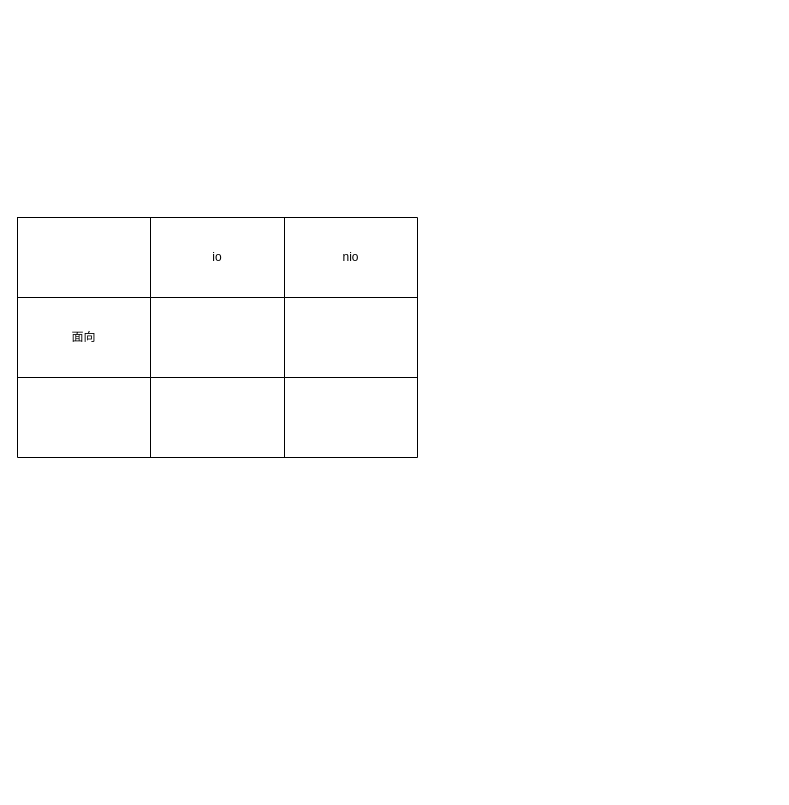
valuetodays/drawio-files keeps this draw.io diagram as java-io-nio.drawio. Above is the earlier version. Source tidied: cells renumbered, new cells numbered last; positions are measured from the earlier drawing's top-left corner, leaving out a move shared by most shapes. Both pictures are drawn from the tidied source at 100%, with x=0, y=0 at pixel (17, 217).
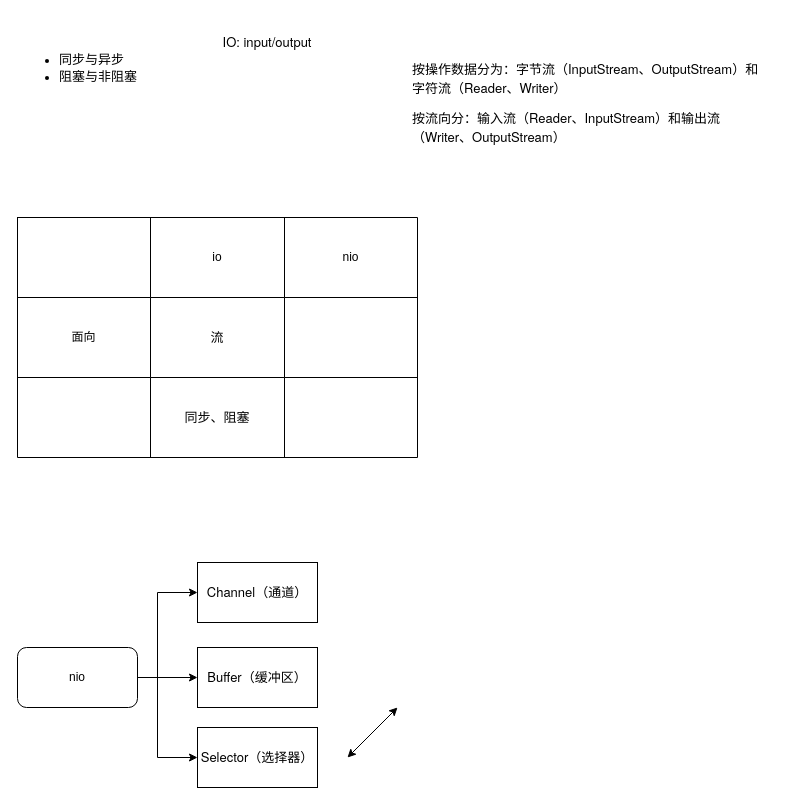
The same diagram, later.

Unchanged cells that the change refers to:
```xml
<mxCell id="7" style="shape=tableRow;horizontal=0;startSize=0;swimlaneHead=0;swimlaneBody=0;top=0;left=0;bottom=0;right=0;fillColor=none;" parent="2" vertex="1">
  <mxGeometry y="80" width="400" height="80" as="geometry" />
</mxCell>
<mxCell id="11" style="shape=tableRow;horizontal=0;startSize=0;swimlaneHead=0;swimlaneBody=0;top=0;left=0;bottom=0;right=0;fillColor=none;" parent="2" vertex="1">
  <mxGeometry y="160" width="400" height="80" as="geometry" />
</mxCell>
```

The edit, as a diff of the source:
```diff
@@
-    <mxCell id="9" style="shape=partialRectangle;html=1;whiteSpace=wrap;fillColor=none;top=0;left=0;bottom=0;right=0;overflow=hidden;" parent="7" vertex="1">
+    <mxCell id="9" value="&lt;span style=&quot;font-family: &amp;quot;PingFang SC&amp;quot;, &amp;quot;Microsoft YaHei&amp;quot;, &amp;quot;Helvetica Neue&amp;quot;, Helvetica, Arial, sans-serif; font-size: 13px; text-align: left; background-color: rgb(255, 255, 255);&quot;&gt;流&lt;/span&gt;" style="shape=partialRectangle;html=1;whiteSpace=wrap;fillColor=none;top=0;left=0;bottom=0;right=0;overflow=hidden;" parent="7" vertex="1">
       <mxGeometry x="133" width="134" height="80" as="geometry" />
     </mxCell>
@@
-    <mxCell id="13" style="shape=partialRectangle;html=1;whiteSpace=wrap;fillColor=none;top=0;left=0;bottom=0;right=0;overflow=hidden;" parent="11" vertex="1">
+    <mxCell id="13" value="&lt;span style=&quot;font-family: &amp;quot;PingFang SC&amp;quot;, &amp;quot;Microsoft YaHei&amp;quot;, &amp;quot;Helvetica Neue&amp;quot;, Helvetica, Arial, sans-serif; font-size: 13px; text-align: left; background-color: rgb(255, 255, 255);&quot;&gt;同步、阻塞&lt;/span&gt;" style="shape=partialRectangle;html=1;whiteSpace=wrap;fillColor=none;top=0;left=0;bottom=0;right=0;overflow=hidden;" parent="11" vertex="1">
       <mxGeometry x="133" width="134" height="80" as="geometry" />
     </mxCell>
@@
+    <mxCell id="15" value="&lt;ul&gt;&lt;li&gt;&lt;span style=&quot;font-family: &amp;quot;PingFang SC&amp;quot;, &amp;quot;Microsoft YaHei&amp;quot;, &amp;quot;Helvetica Neue&amp;quot;, Helvetica, Arial, sans-serif; font-size: 13px; background-color: rgb(255, 255, 255);&quot;&gt;同步与异步&lt;/span&gt;&lt;br&gt;&lt;/li&gt;&lt;li&gt;&lt;span style=&quot;font-family: &amp;quot;PingFang SC&amp;quot;, &amp;quot;Microsoft YaHei&amp;quot;, &amp;quot;Helvetica Neue&amp;quot;, Helvetica, Arial, sans-serif; font-size: 13px; background-color: rgb(255, 255, 255);&quot;&gt;阻塞与非阻塞&lt;br&gt;&lt;/span&gt;&lt;/li&gt;&lt;/ul&gt;" style="text;strokeColor=none;fillColor=none;html=1;whiteSpace=wrap;verticalAlign=middle;overflow=hidden;" parent="1" vertex="1">
+      <mxGeometry y="-190" width="130" height="80" as="geometry" />
+    </mxCell>
+    <mxCell id="16" value="&lt;span style=&quot;font-family: &amp;quot;PingFang SC&amp;quot;, &amp;quot;Microsoft YaHei&amp;quot;, &amp;quot;Helvetica Neue&amp;quot;, Helvetica, Arial, sans-serif; font-size: 13px; text-align: left; background-color: rgb(255, 255, 255);&quot;&gt;IO: input/output&lt;/span&gt;" style="text;html=1;strokeColor=none;fillColor=none;align=center;verticalAlign=middle;whiteSpace=wrap;rounded=0;" parent="1" vertex="1">
+      <mxGeometry x="180" y="-190" width="140" height="30" as="geometry" />
+    </mxCell>
+    <mxCell id="17" value="&lt;p style=&quot;margin: 10px auto; padding: 0px; line-height: 1.5; font-size: 13px; font-family: &amp;quot;PingFang SC&amp;quot;, &amp;quot;Microsoft YaHei&amp;quot;, &amp;quot;Helvetica Neue&amp;quot;, Helvetica, Arial, sans-serif; text-align: left; background-color: rgb(255, 255, 255);&quot;&gt;按操作数据分为：字节流（InputStream、OutputStream）和字符流（Reader、Writer）&lt;/p&gt;&lt;p style=&quot;margin: 10px auto; padding: 0px; line-height: 1.5; font-size: 13px; font-family: &amp;quot;PingFang SC&amp;quot;, &amp;quot;Microsoft YaHei&amp;quot;, &amp;quot;Helvetica Neue&amp;quot;, Helvetica, Arial, sans-serif; text-align: left; background-color: rgb(255, 255, 255);&quot;&gt;按流向分：输入流（Reader、InputStream）和输出流（Writer、OutputStream）&lt;/p&gt;" style="text;html=1;strokeColor=none;fillColor=none;align=center;verticalAlign=middle;whiteSpace=wrap;rounded=0;" parent="1" vertex="1">
+      <mxGeometry x="394" y="-200" width="360" height="170" as="geometry" />
+    </mxCell>
+    <mxCell id="18" style="edgeStyle=orthogonalEdgeStyle;rounded=0;jettySize=auto;html=1;exitX=1;exitY=0.5;exitDx=0;exitDy=0;" parent="1" edge="1" source="21" target="22">
+      <mxGeometry relative="1" as="geometry">
+        <Array as="points">
+          <mxPoint x="140" y="460" />
+          <mxPoint x="140" y="375" />
+        </Array>
+      </mxGeometry>
+    </mxCell>
+    <mxCell id="19" style="edgeStyle=orthogonalEdgeStyle;rounded=0;jettySize=auto;html=1;exitX=1;exitY=0.5;exitDx=0;exitDy=0;" parent="1" edge="1" source="21" target="23">
+      <mxGeometry relative="1" as="geometry" />
+    </mxCell>
+    <mxCell id="20" style="edgeStyle=orthogonalEdgeStyle;rounded=0;jettySize=auto;html=1;exitX=1;exitY=0.5;exitDx=0;exitDy=0;entryX=0;entryY=0.5;entryDx=0;entryDy=0;" parent="1" edge="1" source="21" target="24">
+      <mxGeometry relative="1" as="geometry">
+        <Array as="points">
+          <mxPoint x="140" y="460" />
+          <mxPoint x="140" y="540" />
+        </Array>
+      </mxGeometry>
+    </mxCell>
+    <mxCell id="21" value="nio" style="rounded=1;whiteSpace=wrap;html=1;" parent="1" vertex="1">
+      <mxGeometry y="430" width="120" height="60" as="geometry" />
+    </mxCell>
+    <mxCell id="22" value="&lt;span style=&quot;font-family: &amp;quot;PingFang SC&amp;quot;, &amp;quot;Microsoft YaHei&amp;quot;, &amp;quot;Helvetica Neue&amp;quot;, Helvetica, Arial, sans-serif; font-size: 13px; text-align: left; background-color: rgb(255, 255, 255);&quot;&gt;Channel（通道）&lt;/span&gt;" style="rounded=0;whiteSpace=wrap;html=1;" parent="1" vertex="1">
+      <mxGeometry x="180" y="345" width="120" height="60" as="geometry" />
+    </mxCell>
+    <mxCell id="23" value="&lt;span style=&quot;font-family: &amp;quot;PingFang SC&amp;quot;, &amp;quot;Microsoft YaHei&amp;quot;, &amp;quot;Helvetica Neue&amp;quot;, Helvetica, Arial, sans-serif; font-size: 13px; text-align: left; background-color: rgb(255, 255, 255);&quot;&gt;Buffer（缓冲区）&lt;/span&gt;" style="rounded=0;whiteSpace=wrap;html=1;" parent="1" vertex="1">
+      <mxGeometry x="180" y="430" width="120" height="60" as="geometry" />
+    </mxCell>
+    <mxCell id="24" value="&lt;span style=&quot;font-family: &amp;quot;PingFang SC&amp;quot;, &amp;quot;Microsoft YaHei&amp;quot;, &amp;quot;Helvetica Neue&amp;quot;, Helvetica, Arial, sans-serif; font-size: 13px; text-align: left; background-color: rgb(255, 255, 255);&quot;&gt;Selector（选择器）&lt;/span&gt;" style="rounded=0;whiteSpace=wrap;html=1;" parent="1" vertex="1">
+      <mxGeometry x="180" y="510" width="120" height="60" as="geometry" />
+    </mxCell>
+    <mxCell id="25" style="endArrow=classic;startArrow=classic;html=1;rounded=0;" parent="1" edge="1">
+      <mxGeometry relative="1" as="geometry">
+        <mxPoint x="330" y="540" as="sourcePoint" />
+        <mxPoint x="380" y="490" as="targetPoint" />
+      </mxGeometry>
+    </mxCell>
```
